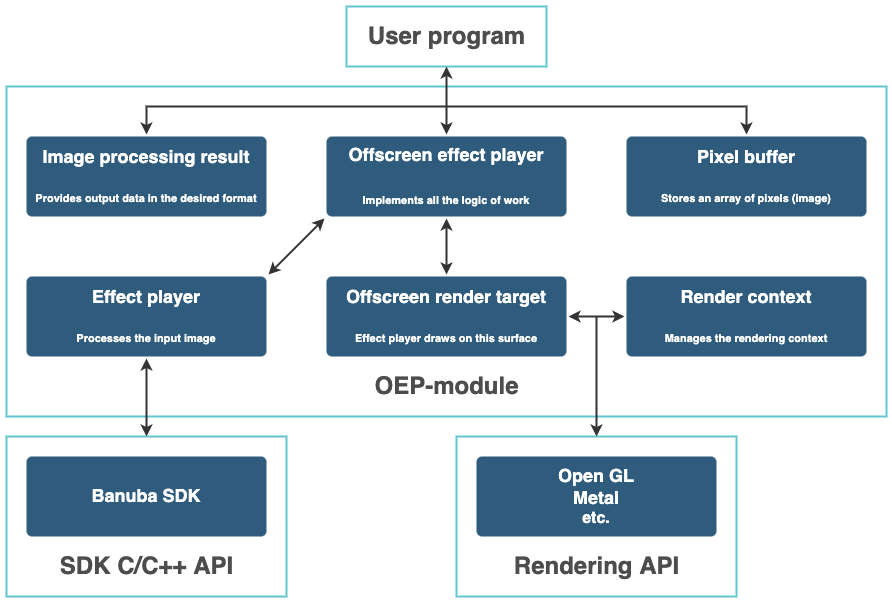
Before: docs/OEP-module-interfaces.png, a diagram exported from draw.io (Banuba/OEP-module). Source tidied: cells renumbered, new cells last; positions are measured from the earlier drawing's top-left corner, leaving out a move shared by most shapes.
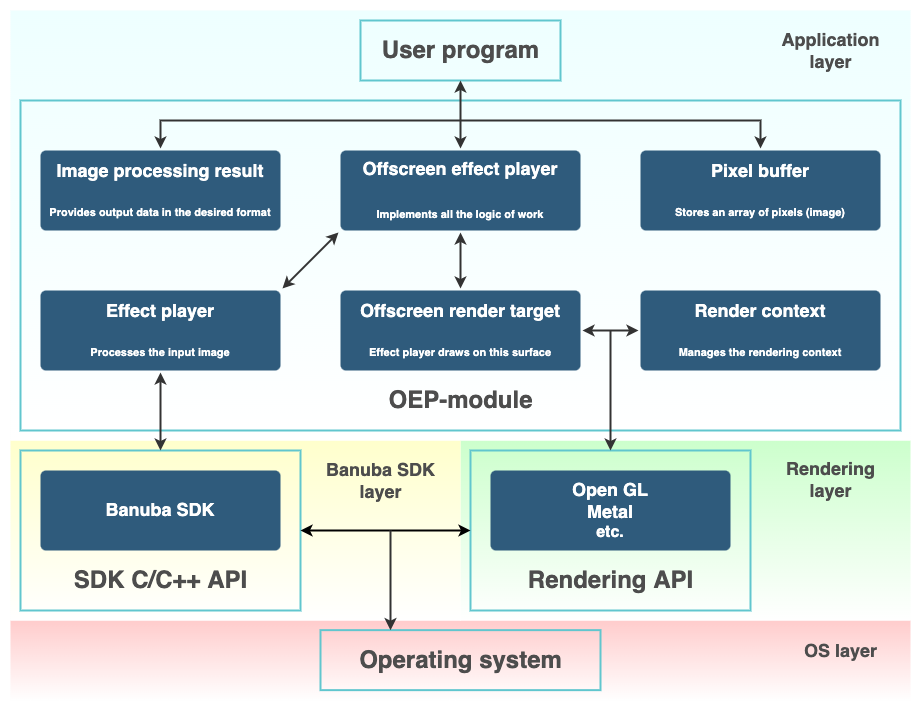
After the change.

Commit message:
updated interfaces diagram

Change to the diagram source:
```diff
@@ -2,91 +2,126 @@
   <root>
     <mxCell id="0" />
     <mxCell id="1" parent="0" />
-    <mxCell id="2" style="rounded=0;whiteSpace=wrap;html=1;strokeWidth=2;fillColor=none;strokeColor=#61C6CE;shadow=0;sketch=0;glass=0;" parent="1" vertex="1">
-      <mxGeometry y="430" width="280" height="160" as="geometry" />
+    <mxCell id="2" style="rounded=0;whiteSpace=wrap;html=1;fillStyle=auto;fontSize=18;fillColor=default;gradientColor=#FFCCCC;gradientDirection=north;strokeColor=none;" parent="1" vertex="1">
+      <mxGeometry x="130" y="610" width="900" height="80" as="geometry" />
     </mxCell>
-    <mxCell id="3" style="rounded=0;whiteSpace=wrap;html=1;strokeWidth=2;fillColor=none;strokeColor=#61C6CE;shadow=0;sketch=0;glass=0;" parent="1" vertex="1">
-      <mxGeometry y="80" width="880" height="330" as="geometry" />
+    <mxCell id="3" style="rounded=0;whiteSpace=wrap;html=1;fillStyle=auto;fontSize=18;fillColor=default;gradientColor=#CCFFCC;gradientDirection=north;strokeColor=none;" parent="1" vertex="1">
+      <mxGeometry x="580" y="430" width="450" height="180" as="geometry" />
     </mxCell>
-    <mxCell id="4" style="rounded=0;whiteSpace=wrap;html=1;strokeWidth=2;fillColor=none;strokeColor=#61C6CE;shadow=0;sketch=0;glass=0;" parent="1" vertex="1">
-      <mxGeometry x="450" y="430" width="280" height="160" as="geometry" />
+    <mxCell id="4" style="rounded=0;whiteSpace=wrap;html=1;fillStyle=auto;fontSize=18;fillColor=default;gradientColor=#FFFFCC;gradientDirection=north;strokeColor=none;" parent="1" vertex="1">
+      <mxGeometry x="130" y="430" width="450" height="180" as="geometry" />
     </mxCell>
-    <mxCell id="5" value="&lt;font style=&quot;&quot;&gt;&lt;span style=&quot;font-size: 18px;&quot;&gt;Render context&lt;br&gt;&lt;/span&gt;&lt;br&gt;&lt;font style=&quot;font-size: 11px;&quot;&gt;Manages the rendering context&lt;/font&gt;&lt;br&gt;&lt;/font&gt;" style="rounded=1;whiteSpace=wrap;html=1;shadow=0;labelBackgroundColor=none;strokeColor=none;strokeWidth=3;fillColor=#2F5B7C;fontFamily=Helvetica;fontSize=16;fontColor=#FFFFFF;align=center;spacing=5;fontStyle=1;arcSize=7;perimeterSpacing=2;" parent="1" vertex="1">
-      <mxGeometry x="620" y="270" width="240" height="80" as="geometry" />
+    <mxCell id="5" style="rounded=0;whiteSpace=wrap;html=1;fillStyle=auto;fontSize=18;fillColor=default;gradientColor=#EEFFFF;gradientDirection=north;strokeColor=none;" parent="1" vertex="1">
+      <mxGeometry x="130" width="900" height="430" as="geometry" />
     </mxCell>
-    <mxCell id="6" value="Offscreen effect player&lt;br&gt;&lt;br&gt;&lt;font style=&quot;font-size: 11px;&quot;&gt;Implements all the logic of work&lt;/font&gt;" style="rounded=1;whiteSpace=wrap;html=1;shadow=0;labelBackgroundColor=none;strokeColor=none;strokeWidth=3;fillColor=#2F5B7C;fontFamily=Helvetica;fontSize=18;fontColor=#FFFFFF;align=center;fontStyle=1;spacing=5;arcSize=7;perimeterSpacing=2;" parent="1" vertex="1">
-      <mxGeometry x="320" y="130" width="240" height="80" as="geometry" />
+    <mxCell id="6" style="rounded=0;whiteSpace=wrap;html=1;strokeWidth=2;fillColor=none;strokeColor=#61C6CE;shadow=0;sketch=0;glass=0;" parent="1" vertex="1">
+      <mxGeometry x="140" y="440" width="280" height="160" as="geometry" />
     </mxCell>
-    <mxCell id="7" value="&lt;font style=&quot;&quot;&gt;&lt;span style=&quot;font-size: 18px;&quot;&gt;Offscreen render target&lt;br&gt;&lt;/span&gt;&lt;br&gt;&lt;font style=&quot;font-size: 11px;&quot;&gt;Effect player draws on this surface&lt;/font&gt;&lt;br&gt;&lt;/font&gt;" style="rounded=1;whiteSpace=wrap;html=1;shadow=0;labelBackgroundColor=none;strokeColor=none;strokeWidth=3;fillColor=#2F5B7C;fontFamily=Helvetica;fontSize=16;fontColor=#FFFFFF;align=center;spacing=5;fontStyle=1;arcSize=7;perimeterSpacing=2;" parent="1" vertex="1">
-      <mxGeometry x="320" y="270" width="240" height="80" as="geometry" />
+    <mxCell id="7" style="rounded=0;whiteSpace=wrap;html=1;strokeWidth=2;fillColor=none;strokeColor=#61C6CE;shadow=0;sketch=0;glass=0;" parent="1" vertex="1">
+      <mxGeometry x="140" y="90" width="880" height="330" as="geometry" />
     </mxCell>
-    <mxCell id="8" value="&lt;font style=&quot;&quot;&gt;&lt;span style=&quot;font-size: 18px;&quot;&gt;Effect player&lt;/span&gt;&lt;br&gt;&lt;br&gt;&lt;font style=&quot;font-size: 11px;&quot;&gt;Processes the input image&lt;/font&gt;&lt;br&gt;&lt;/font&gt;" style="rounded=1;whiteSpace=wrap;html=1;shadow=0;labelBackgroundColor=none;strokeColor=none;strokeWidth=3;fillColor=#2F5B7C;fontFamily=Helvetica;fontSize=16;fontColor=#FFFFFF;align=center;spacing=5;fontStyle=1;arcSize=7;perimeterSpacing=2;" parent="1" vertex="1">
-      <mxGeometry x="20" y="270" width="240" height="80" as="geometry" />
+    <mxCell id="8" style="rounded=0;whiteSpace=wrap;html=1;strokeWidth=2;fillColor=none;strokeColor=#61C6CE;shadow=0;sketch=0;glass=0;" parent="1" vertex="1">
+      <mxGeometry x="590" y="440" width="280" height="160" as="geometry" />
     </mxCell>
-    <mxCell id="9" value="&lt;font style=&quot;&quot;&gt;&lt;font style=&quot;font-size: 18px;&quot;&gt;Open GL&lt;br&gt;Metal&lt;br&gt;&lt;/font&gt;etc.&lt;br&gt;&lt;/font&gt;" style="rounded=1;whiteSpace=wrap;html=1;shadow=0;labelBackgroundColor=none;strokeColor=none;strokeWidth=3;fillColor=#2F5B7C;fontFamily=Helvetica;fontSize=16;fontColor=#FFFFFF;align=center;spacing=5;fontStyle=1;arcSize=7;perimeterSpacing=2;" parent="1" vertex="1">
-      <mxGeometry x="470" y="450" width="240" height="80" as="geometry" />
+    <mxCell id="9" value="&lt;font style=&quot;&quot;&gt;&lt;span style=&quot;font-size: 18px;&quot;&gt;Render context&lt;br&gt;&lt;/span&gt;&lt;br&gt;&lt;font style=&quot;font-size: 11px;&quot;&gt;Manages the rendering context&lt;/font&gt;&lt;br&gt;&lt;/font&gt;" style="rounded=1;whiteSpace=wrap;html=1;shadow=0;labelBackgroundColor=none;strokeColor=none;strokeWidth=3;fillColor=#2F5B7C;fontFamily=Helvetica;fontSize=16;fontColor=#FFFFFF;align=center;spacing=5;fontStyle=1;arcSize=7;perimeterSpacing=2;" parent="1" vertex="1">
+      <mxGeometry x="760" y="280" width="240" height="80" as="geometry" />
     </mxCell>
-    <mxCell id="10" value="Rendering API" style="text;strokeColor=none;fillColor=none;html=1;fontSize=24;fontStyle=1;verticalAlign=middle;align=center;fontColor=#4D4D4D;" parent="1" vertex="1">
-      <mxGeometry x="540" y="540" width="100" height="40" as="geometry" />
+    <mxCell id="10" value="Offscreen effect player&lt;br&gt;&lt;br&gt;&lt;font style=&quot;font-size: 11px;&quot;&gt;Implements all the logic of work&lt;/font&gt;" style="rounded=1;whiteSpace=wrap;html=1;shadow=0;labelBackgroundColor=none;strokeColor=none;strokeWidth=3;fillColor=#2F5B7C;fontFamily=Helvetica;fontSize=18;fontColor=#FFFFFF;align=center;fontStyle=1;spacing=5;arcSize=7;perimeterSpacing=2;" parent="1" vertex="1">
+      <mxGeometry x="460" y="140" width="240" height="80" as="geometry" />
     </mxCell>
-    <mxCell id="11" value="&lt;font style=&quot;&quot;&gt;&lt;span style=&quot;font-size: 18px;&quot;&gt;Banuba SDK&lt;/span&gt;&lt;br&gt;&lt;/font&gt;" style="rounded=1;whiteSpace=wrap;html=1;shadow=0;labelBackgroundColor=none;strokeColor=none;strokeWidth=3;fillColor=#2F5B7C;fontFamily=Helvetica;fontSize=16;fontColor=#FFFFFF;align=center;spacing=5;fontStyle=1;arcSize=7;perimeterSpacing=2;" parent="1" vertex="1">
-      <mxGeometry x="20" y="450" width="240" height="80" as="geometry" />
+    <mxCell id="11" value="&lt;font style=&quot;&quot;&gt;&lt;span style=&quot;font-size: 18px;&quot;&gt;Offscreen render target&lt;br&gt;&lt;/span&gt;&lt;br&gt;&lt;font style=&quot;font-size: 11px;&quot;&gt;Effect player draws on this surface&lt;/font&gt;&lt;br&gt;&lt;/font&gt;" style="rounded=1;whiteSpace=wrap;html=1;shadow=0;labelBackgroundColor=none;strokeColor=none;strokeWidth=3;fillColor=#2F5B7C;fontFamily=Helvetica;fontSize=16;fontColor=#FFFFFF;align=center;spacing=5;fontStyle=1;arcSize=7;perimeterSpacing=2;" parent="1" vertex="1">
+      <mxGeometry x="460" y="280" width="240" height="80" as="geometry" />
     </mxCell>
-    <mxCell id="12" style="endArrow=classic;startArrow=classic;html=1;rounded=0;fontColor=#4D4D4D;strokeColor=#333333;strokeWidth=2;entryX=0.5;entryY=1;entryDx=0;entryDy=0;fontSize=12;" parent="1" edge="1" target="8">
-      <mxGeometry relative="1" as="geometry">
-        <mxPoint x="140" y="430" as="sourcePoint" />
-      </mxGeometry>
+    <mxCell id="12" value="&lt;font style=&quot;&quot;&gt;&lt;span style=&quot;font-size: 18px;&quot;&gt;Effect player&lt;/span&gt;&lt;br&gt;&lt;br&gt;&lt;font style=&quot;font-size: 11px;&quot;&gt;Processes the input image&lt;/font&gt;&lt;br&gt;&lt;/font&gt;" style="rounded=1;whiteSpace=wrap;html=1;shadow=0;labelBackgroundColor=none;strokeColor=none;strokeWidth=3;fillColor=#2F5B7C;fontFamily=Helvetica;fontSize=16;fontColor=#FFFFFF;align=center;spacing=5;fontStyle=1;arcSize=7;perimeterSpacing=2;" parent="1" vertex="1">
+      <mxGeometry x="160" y="280" width="240" height="80" as="geometry" />
     </mxCell>
-    <mxCell id="13" style="endArrow=classic;startArrow=classic;html=1;rounded=0;fontColor=#4D4D4D;strokeColor=#333333;strokeWidth=2;exitX=1;exitY=0;exitDx=0;exitDy=0;entryX=0;entryY=1;entryDx=0;entryDy=0;fontSize=12;" parent="1" edge="1" source="8" target="6">
-      <mxGeometry relative="1" as="geometry" />
+    <mxCell id="13" value="&lt;font style=&quot;&quot;&gt;&lt;font style=&quot;font-size: 18px;&quot;&gt;Open GL&lt;br&gt;Metal&lt;br&gt;&lt;/font&gt;etc.&lt;br&gt;&lt;/font&gt;" style="rounded=1;whiteSpace=wrap;html=1;shadow=0;labelBackgroundColor=none;strokeColor=none;strokeWidth=3;fillColor=#2F5B7C;fontFamily=Helvetica;fontSize=16;fontColor=#FFFFFF;align=center;spacing=5;fontStyle=1;arcSize=7;perimeterSpacing=2;" parent="1" vertex="1">
+      <mxGeometry x="610" y="460" width="240" height="80" as="geometry" />
     </mxCell>
-    <mxCell id="14" style="endArrow=classic;startArrow=classic;html=1;rounded=0;fontColor=#4D4D4D;strokeColor=#333333;strokeWidth=2;exitX=0.5;exitY=1;exitDx=0;exitDy=0;entryX=0.5;entryY=0;entryDx=0;entryDy=0;fontSize=12;" parent="1" edge="1" source="6" target="7">
-      <mxGeometry relative="1" as="geometry" />
+    <mxCell id="14" value="Rendering API" style="text;strokeColor=none;fillColor=none;html=1;fontSize=24;fontStyle=1;verticalAlign=middle;align=center;fontColor=#4D4D4D;" parent="1" vertex="1">
+      <mxGeometry x="680" y="550" width="100" height="40" as="geometry" />
     </mxCell>
-    <mxCell id="15" style="endArrow=classic;startArrow=classic;html=1;rounded=0;fontColor=#4D4D4D;strokeColor=#333333;strokeWidth=2;fontSize=12;exitX=0;exitY=0.5;exitDx=0;exitDy=0;entryX=1;entryY=0.5;entryDx=0;entryDy=0;" parent="1" edge="1" source="5" target="7">
-      <mxGeometry relative="1" as="geometry" />
+    <mxCell id="15" value="&lt;font style=&quot;&quot;&gt;&lt;span style=&quot;font-size: 18px;&quot;&gt;Banuba SDK&lt;/span&gt;&lt;br&gt;&lt;/font&gt;" style="rounded=1;whiteSpace=wrap;html=1;shadow=0;labelBackgroundColor=none;strokeColor=none;strokeWidth=3;fillColor=#2F5B7C;fontFamily=Helvetica;fontSize=16;fontColor=#FFFFFF;align=center;spacing=5;fontStyle=1;arcSize=7;perimeterSpacing=2;" parent="1" vertex="1">
+      <mxGeometry x="160" y="460" width="240" height="80" as="geometry" />
     </mxCell>
-    <mxCell id="16" value="SDK C/C++ API" style="text;strokeColor=none;fillColor=none;html=1;fontSize=24;fontStyle=1;verticalAlign=middle;align=center;fontColor=#4D4D4D;" parent="1" vertex="1">
-      <mxGeometry x="90" y="540" width="100" height="40" as="geometry" />
+    <mxCell id="16" style="endArrow=classic;startArrow=classic;html=1;rounded=0;fontColor=#4D4D4D;strokeColor=#333333;strokeWidth=2;entryX=0.5;entryY=1;entryDx=0;entryDy=0;fontSize=12;exitX=0.5;exitY=0;exitDx=0;exitDy=0;" parent="1" edge="1" source="6" target="12">
+      <mxGeometry relative="1" as="geometry" />
     </mxCell>
-    <mxCell id="17" value="&lt;font style=&quot;&quot;&gt;&lt;span style=&quot;font-size: 18px;&quot;&gt;Image processing result&lt;/span&gt;&lt;br&gt;&lt;br&gt;&lt;font style=&quot;font-size: 11px;&quot;&gt;Provides output data in the desired format&lt;/font&gt;&lt;br&gt;&lt;/font&gt;" style="rounded=1;whiteSpace=wrap;html=1;shadow=0;labelBackgroundColor=none;strokeColor=none;strokeWidth=3;fillColor=#2F5B7C;fontFamily=Helvetica;fontSize=16;fontColor=#FFFFFF;align=center;spacing=5;fontStyle=1;arcSize=7;perimeterSpacing=2;" parent="1" vertex="1">
-      <mxGeometry x="20" y="130" width="240" height="80" as="geometry" />
+    <mxCell id="17" style="endArrow=classic;startArrow=classic;html=1;rounded=0;fontColor=#4D4D4D;strokeColor=#333333;strokeWidth=2;exitX=1;exitY=0;exitDx=0;exitDy=0;entryX=0;entryY=1;entryDx=0;entryDy=0;fontSize=12;" parent="1" edge="1" source="12" target="10">
+      <mxGeometry relative="1" as="geometry" />
     </mxCell>
-    <mxCell id="18" value="&lt;font style=&quot;font-size: 18px;&quot;&gt;Pixel buffer&lt;/font&gt;&lt;br&gt;&lt;br&gt;&lt;font style=&quot;font-size: 11px;&quot;&gt;Stores an array of pixels (image)&lt;/font&gt;&lt;font style=&quot;font-size: 11px;&quot;&gt;&lt;br&gt;&lt;/font&gt;" style="rounded=1;whiteSpace=wrap;html=1;shadow=0;labelBackgroundColor=none;strokeColor=none;strokeWidth=3;fillColor=#2F5B7C;fontFamily=Helvetica;fontSize=16;fontColor=#FFFFFF;align=center;spacing=5;fontStyle=1;arcSize=7;perimeterSpacing=2;" parent="1" vertex="1">
-      <mxGeometry x="620" y="130" width="240" height="80" as="geometry" />
+    <mxCell id="18" style="endArrow=classic;startArrow=classic;html=1;rounded=0;fontColor=#4D4D4D;strokeColor=#333333;strokeWidth=2;exitX=0.5;exitY=1;exitDx=0;exitDy=0;entryX=0.5;entryY=0;entryDx=0;entryDy=0;fontSize=12;" parent="1" edge="1" source="10" target="11">
+      <mxGeometry relative="1" as="geometry" />
     </mxCell>
-    <mxCell id="19" style="endArrow=classic;startArrow=classic;html=1;rounded=0;fontColor=#4D4D4D;strokeColor=#333333;strokeWidth=2;exitX=0.5;exitY=0;exitDx=0;exitDy=0;entryX=0.5;entryY=0;entryDx=0;entryDy=0;fontSize=12;" parent="1" edge="1" source="18" target="17">
-      <mxGeometry relative="1" as="geometry">
-        <Array as="points">
-          <mxPoint x="740" y="100" />
-          <mxPoint x="140" y="100" />
-        </Array>
-      </mxGeometry>
+    <mxCell id="19" style="endArrow=classic;startArrow=classic;html=1;rounded=0;fontColor=#4D4D4D;strokeColor=#333333;strokeWidth=2;fontSize=12;exitX=0;exitY=0.5;exitDx=0;exitDy=0;entryX=1;entryY=0.5;entryDx=0;entryDy=0;" parent="1" edge="1" source="9" target="11">
+      <mxGeometry relative="1" as="geometry" />
     </mxCell>
-    <mxCell id="20" style="endArrow=classic;html=1;rounded=0;fontSize=12;fontColor=#4D4D4D;strokeColor=#333333;strokeWidth=2;entryX=0.5;entryY=0;entryDx=0;entryDy=0;" parent="1" edge="1" target="6">
-      <mxGeometry relative="1" as="geometry">
-        <mxPoint x="440" y="100" as="sourcePoint" />
-      </mxGeometry>
+    <mxCell id="20" value="SDK C/C++ API" style="text;strokeColor=none;fillColor=none;html=1;fontSize=24;fontStyle=1;verticalAlign=middle;align=center;fontColor=#4D4D4D;" parent="1" vertex="1">
+      <mxGeometry x="230" y="550" width="100" height="40" as="geometry" />
     </mxCell>
-    <mxCell id="21" style="endArrow=classic;html=1;rounded=0;fontSize=12;fontColor=#4D4D4D;strokeColor=#333333;strokeWidth=2;" parent="1" edge="1">
-      <mxGeometry relative="1" as="geometry">
-        <mxPoint x="590" y="310" as="sourcePoint" />
-        <mxPoint x="590" y="430" as="targetPoint" />
-      </mxGeometry>
+    <mxCell id="21" value="&lt;font style=&quot;&quot;&gt;&lt;span style=&quot;font-size: 18px;&quot;&gt;Image processing result&lt;/span&gt;&lt;br&gt;&lt;br&gt;&lt;font style=&quot;font-size: 11px;&quot;&gt;Provides output data in the desired format&lt;/font&gt;&lt;br&gt;&lt;/font&gt;" style="rounded=1;whiteSpace=wrap;html=1;shadow=0;labelBackgroundColor=none;strokeColor=none;strokeWidth=3;fillColor=#2F5B7C;fontFamily=Helvetica;fontSize=16;fontColor=#FFFFFF;align=center;spacing=5;fontStyle=1;arcSize=7;perimeterSpacing=2;" parent="1" vertex="1">
+      <mxGeometry x="160" y="140" width="240" height="80" as="geometry" />
     </mxCell>
-    <mxCell id="22" value="OEP-module" style="text;strokeColor=none;fillColor=none;html=1;fontSize=24;fontStyle=1;verticalAlign=middle;align=center;fontColor=#4D4D4D;" parent="1" vertex="1">
-      <mxGeometry x="390" y="360" width="100" height="40" as="geometry" />
+    <mxCell id="22" value="&lt;font style=&quot;font-size: 18px;&quot;&gt;Pixel buffer&lt;/font&gt;&lt;br&gt;&lt;br&gt;&lt;font style=&quot;font-size: 11px;&quot;&gt;Stores an array of pixels (image)&lt;/font&gt;&lt;font style=&quot;font-size: 11px;&quot;&gt;&lt;br&gt;&lt;/font&gt;" style="rounded=1;whiteSpace=wrap;html=1;shadow=0;labelBackgroundColor=none;strokeColor=none;strokeWidth=3;fillColor=#2F5B7C;fontFamily=Helvetica;fontSize=16;fontColor=#FFFFFF;align=center;spacing=5;fontStyle=1;arcSize=7;perimeterSpacing=2;" parent="1" vertex="1">
+      <mxGeometry x="760" y="140" width="240" height="80" as="geometry" />
     </mxCell>
-    <mxCell id="23" style="rounded=0;whiteSpace=wrap;html=1;strokeWidth=2;fillColor=none;strokeColor=#61C6CE;shadow=0;sketch=0;glass=0;" parent="1" vertex="1">
-      <mxGeometry x="340" width="200" height="60" as="geometry" />
+    <mxCell id="23" style="endArrow=classic;startArrow=classic;html=1;rounded=0;fontColor=#4D4D4D;strokeColor=#333333;strokeWidth=2;exitX=0.5;exitY=0;exitDx=0;exitDy=0;entryX=0.5;entryY=0;entryDx=0;entryDy=0;fontSize=12;" parent="1" edge="1" source="22" target="21">
+      <mxGeometry relative="1" as="geometry">
+        <Array as="points">
+          <mxPoint x="880" y="110" />
+          <mxPoint x="280" y="110" />
+        </Array>
+      </mxGeometry>
     </mxCell>
-    <mxCell id="24" value="User program" style="text;strokeColor=none;fillColor=none;html=1;fontSize=24;fontStyle=1;verticalAlign=middle;align=center;fontColor=#4D4D4D;" parent="1" vertex="1">
-      <mxGeometry x="390" y="10" width="100" height="40" as="geometry" />
+    <mxCell id="24" style="endArrow=classic;html=1;rounded=0;fontSize=12;fontColor=#4D4D4D;strokeColor=#333333;strokeWidth=2;entryX=0.5;entryY=0;entryDx=0;entryDy=0;" parent="1" edge="1" target="10">
+      <mxGeometry relative="1" as="geometry">
+        <mxPoint x="580" y="110" as="sourcePoint" />
+      </mxGeometry>
     </mxCell>
-    <mxCell id="25" style="endArrow=classic;html=1;rounded=0;fontSize=12;fontColor=#4D4D4D;strokeColor=#333333;strokeWidth=2;entryX=0.5;entryY=1;entryDx=0;entryDy=0;" parent="1" edge="1" target="23">
+    <mxCell id="25" style="endArrow=classic;html=1;rounded=0;fontSize=12;fontColor=#4D4D4D;strokeColor=#333333;strokeWidth=2;entryX=0.5;entryY=0;entryDx=0;entryDy=0;" parent="1" edge="1" target="8">
       <mxGeometry relative="1" as="geometry">
-        <mxPoint x="440" y="100" as="sourcePoint" />
+        <mxPoint x="730" y="320" as="sourcePoint" />
       </mxGeometry>
     </mxCell>
+    <mxCell id="26" value="OEP-module" style="text;strokeColor=none;fillColor=none;html=1;fontSize=24;fontStyle=1;verticalAlign=middle;align=center;fontColor=#4D4D4D;" parent="1" vertex="1">
+      <mxGeometry x="530" y="370" width="100" height="40" as="geometry" />
+    </mxCell>
+    <mxCell id="27" style="rounded=0;whiteSpace=wrap;html=1;strokeWidth=2;fillColor=none;strokeColor=#61C6CE;shadow=0;sketch=0;glass=0;" parent="1" vertex="1">
+      <mxGeometry x="480" y="10" width="200" height="60" as="geometry" />
+    </mxCell>
+    <mxCell id="28" value="User program" style="text;strokeColor=none;fillColor=none;html=1;fontSize=24;fontStyle=1;verticalAlign=middle;align=center;fontColor=#4D4D4D;" parent="1" vertex="1">
+      <mxGeometry x="530" y="20" width="100" height="40" as="geometry" />
+    </mxCell>
+    <mxCell id="29" style="endArrow=classic;html=1;rounded=0;fontSize=12;fontColor=#4D4D4D;strokeColor=#333333;strokeWidth=2;entryX=0.5;entryY=1;entryDx=0;entryDy=0;" parent="1" edge="1" target="27">
+      <mxGeometry relative="1" as="geometry">
+        <mxPoint x="580" y="110" as="sourcePoint" />
+      </mxGeometry>
+    </mxCell>
+    <mxCell id="30" value="Application&lt;br&gt;layer" style="text;strokeColor=none;fillColor=none;html=1;fontSize=18;fontStyle=1;verticalAlign=middle;align=center;fontColor=#4D4D4D;" parent="1" vertex="1">
+      <mxGeometry x="900" y="20" width="100" height="40" as="geometry" />
+    </mxCell>
+    <mxCell id="31" style="endArrow=classic;html=1;rounded=0;fontSize=18;strokeColor=#000000;strokeWidth=2;exitX=1;exitY=0.5;exitDx=0;exitDy=0;entryX=0;entryY=0.5;entryDx=0;entryDy=0;startArrow=classic;startFill=1;" parent="1" edge="1" source="6" target="8">
+      <mxGeometry relative="1" as="geometry" />
+    </mxCell>
+    <mxCell id="32" value="Banuba SDK&lt;br&gt;layer" style="text;strokeColor=none;fillColor=none;html=1;fontSize=18;fontStyle=1;verticalAlign=middle;align=center;fontColor=#4D4D4D;" parent="1" vertex="1">
+      <mxGeometry x="450" y="450" width="100" height="40" as="geometry" />
+    </mxCell>
+    <mxCell id="33" style="rounded=0;whiteSpace=wrap;html=1;strokeWidth=2;fillColor=none;strokeColor=#61C6CE;shadow=0;sketch=0;glass=0;" parent="1" vertex="1">
+      <mxGeometry x="440" y="619.6" width="280" height="60" as="geometry" />
+    </mxCell>
+    <mxCell id="34" value="Operating system" style="text;strokeColor=none;fillColor=none;html=1;fontSize=24;fontStyle=1;verticalAlign=middle;align=center;fontColor=#4D4D4D;" parent="1" vertex="1">
+      <mxGeometry x="530" y="629.6" width="100" height="40" as="geometry" />
+    </mxCell>
+    <mxCell id="35" value="Rendering&lt;br&gt;layer" style="text;strokeColor=none;fillColor=none;html=1;fontSize=18;fontStyle=1;verticalAlign=middle;align=center;fontColor=#4D4D4D;" parent="1" vertex="1">
+      <mxGeometry x="900" y="449.1" width="100" height="40" as="geometry" />
+    </mxCell>
+    <mxCell id="36" style="endArrow=classic;html=1;rounded=0;fontSize=12;fontColor=#4D4D4D;strokeColor=#333333;strokeWidth=2;entryX=0.25;entryY=0;entryDx=0;entryDy=0;" parent="1" edge="1" target="33">
+      <mxGeometry relative="1" as="geometry">
+        <mxPoint x="510" y="520" as="sourcePoint" />
+      </mxGeometry>
+    </mxCell>
+    <mxCell id="37" value="OS layer" style="text;strokeColor=none;fillColor=none;html=1;fontSize=18;fontStyle=1;verticalAlign=middle;align=center;fontColor=#4D4D4D;" parent="1" vertex="1">
+      <mxGeometry x="910" y="620" width="100" height="40" as="geometry" />
+    </mxCell>
   </root>
 </mxGraphModel>
```
